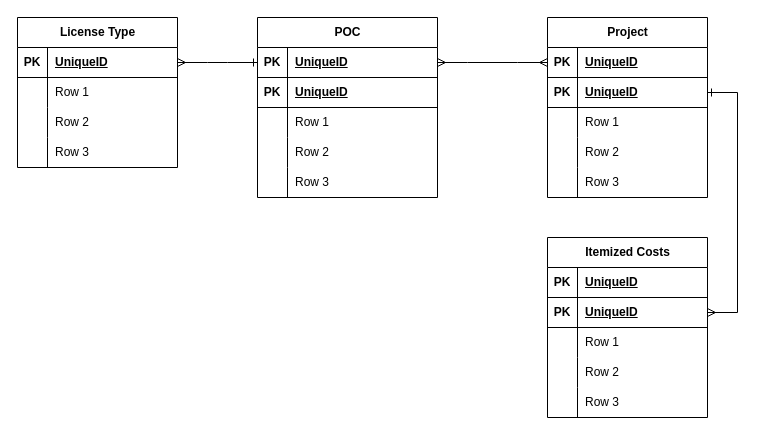
The draw.io diagram page "Page-3" (3 of 3) of erd-projint-01.drawio in josjreyes/GitInit, before the edit. Source tidied: cells renumbered, new cells numbered last; positions are measured from the earlier drawing's top-left corner, leaving out a move shared by most shapes. Both pictures are drawn from the tidied source at 100%, with x=0, y=0 at pixel (17, 17).
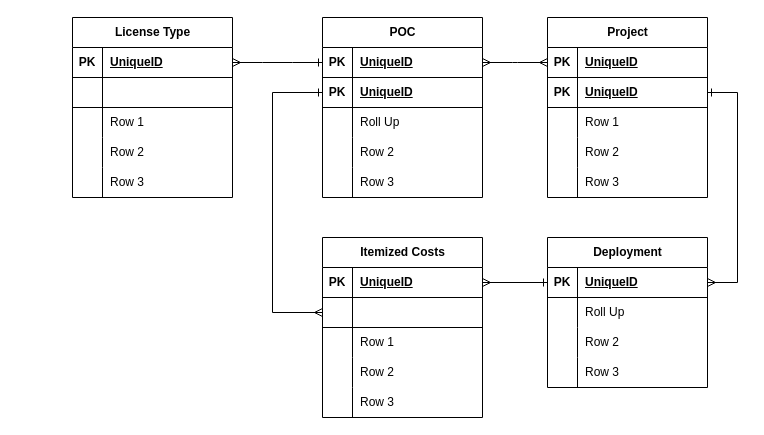
The same page after the edit.

Change to the diagram source:
```diff
@@
     <mxCell id="19" value="License Type" style="shape=table;startSize=30;childLayout=tableLayout;rowLines=0;fontStyle=1;align=center;html=1;" parent="1" vertex="1">
-      <mxGeometry width="160" height="150" as="geometry" />
+      <mxGeometry x="55" width="160" height="180" as="geometry" />
     </mxCell>
@@
+    <mxCell id="66" style="shape=tableRow;horizontal=0;startSize=0;swimlaneHead=0;swimlaneBody=0;fillColor=none;top=0;left=0;right=0;bottom=1;" parent="19" vertex="1">
+      <mxGeometry y="60" width="160" height="30" as="geometry" />
+    </mxCell>
+    <mxCell id="67" style="shape=partialRectangle;fillColor=none;top=0;left=0;bottom=0;right=0;fontStyle=1;overflow=hidden;whiteSpace=wrap;html=1;" parent="66" vertex="1">
+      <mxGeometry width="30" height="30" as="geometry" />
+    </mxCell>
+    <mxCell id="68" style="shape=partialRectangle;fillColor=none;top=0;left=0;bottom=0;right=0;align=left;spacingLeft=6;fontStyle=5;overflow=hidden;whiteSpace=wrap;html=1;" parent="66" vertex="1">
+      <mxGeometry x="30" width="130" height="30" as="geometry" />
+    </mxCell>
     <mxCell id="23" style="shape=tableRow;horizontal=0;startSize=0;swimlaneHead=0;swimlaneBody=0;fillColor=none;top=0;left=0;right=0;bottom=0;" parent="19" vertex="1">
-      <mxGeometry y="60" width="160" height="30" as="geometry" />
+      <mxGeometry y="90" width="160" height="30" as="geometry" />
     </mxCell>
@@
     <mxCell id="26" style="shape=tableRow;horizontal=0;startSize=0;swimlaneHead=0;swimlaneBody=0;fillColor=none;top=0;left=0;right=0;bottom=0;" parent="19" vertex="1">
-      <mxGeometry y="90" width="160" height="30" as="geometry" />
+      <mxGeometry y="120" width="160" height="30" as="geometry" />
     </mxCell>
@@
     <mxCell id="29" style="shape=tableRow;horizontal=0;startSize=0;swimlaneHead=0;swimlaneBody=0;fillColor=none;top=0;left=0;right=0;bottom=0;" parent="19" vertex="1">
-      <mxGeometry y="120" width="160" height="30" as="geometry" />
+      <mxGeometry y="150" width="160" height="30" as="geometry" />
     </mxCell>
@@
-    <mxCell id="33" value="Itemized Costs" style="shape=table;startSize=30;childLayout=tableLayout;rowLines=0;fontStyle=1;align=center;html=1;" parent="1" vertex="1">
-      <mxGeometry x="530" y="220" width="160" height="180" as="geometry" />
+    <mxCell id="33" value="Deployment" style="shape=table;startSize=30;childLayout=tableLayout;rowLines=0;fontStyle=1;align=center;html=1;" parent="1" vertex="1">
+      <mxGeometry x="530" y="220" width="160" height="150" as="geometry" />
     </mxCell>
-    <mxCell id="34" style="shape=tableRow;horizontal=0;startSize=0;swimlaneHead=0;swimlaneBody=0;fillColor=none;points=[[0,0.5],[1,0.5]];portConstraint=eastwest;top=0;left=0;right=0;bottom=1;" parent="33" vertex="1">
-      <mxGeometry y="30" width="160" height="30" as="geometry" />
-    </mxCell>
-    <mxCell id="35" value="PK" style="shape=partialRectangle;fillColor=none;top=0;left=0;bottom=0;right=0;fontStyle=1;overflow=hidden;whiteSpace=wrap;html=1;" parent="34" vertex="1">
-      <mxGeometry width="30" height="30" as="geometry" />
-    </mxCell>
-    <mxCell id="36" value="UniqueID" style="shape=partialRectangle;fillColor=none;top=0;left=0;bottom=0;right=0;align=left;spacingLeft=6;fontStyle=5;overflow=hidden;whiteSpace=wrap;html=1;" parent="34" vertex="1">
-      <mxGeometry x="30" width="130" height="30" as="geometry" />
-    </mxCell>
     <mxCell id="37" style="shape=tableRow;horizontal=0;startSize=0;swimlaneHead=0;swimlaneBody=0;fillColor=none;points=[[0,0.5],[1,0.5]];portConstraint=eastwest;top=0;left=0;right=0;bottom=1;" parent="33" vertex="1">
-      <mxGeometry y="60" width="160" height="30" as="geometry" />
+      <mxGeometry y="30" width="160" height="30" as="geometry" />
     </mxCell>
@@
     <mxCell id="40" style="shape=tableRow;horizontal=0;startSize=0;swimlaneHead=0;swimlaneBody=0;fillColor=none;top=0;left=0;right=0;bottom=0;" parent="33" vertex="1">
-      <mxGeometry y="90" width="160" height="30" as="geometry" />
+      <mxGeometry y="60" width="160" height="30" as="geometry" />
     </mxCell>
@@
-    <mxCell id="42" value="Row 1" style="shape=partialRectangle;fillColor=none;top=0;left=0;bottom=0;right=0;align=left;spacingLeft=6;overflow=hidden;whiteSpace=wrap;html=1;" parent="40" vertex="1">
+    <mxCell id="42" value="Roll Up" style="shape=partialRectangle;fillColor=none;top=0;left=0;bottom=0;right=0;align=left;spacingLeft=6;overflow=hidden;whiteSpace=wrap;html=1;" parent="40" vertex="1">
       <mxGeometry x="30" width="130" height="30" as="geometry" />
     </mxCell>
     <mxCell id="43" style="shape=tableRow;horizontal=0;startSize=0;swimlaneHead=0;swimlaneBody=0;fillColor=none;top=0;left=0;right=0;bottom=0;" parent="33" vertex="1">
-      <mxGeometry y="120" width="160" height="30" as="geometry" />
+      <mxGeometry y="90" width="160" height="30" as="geometry" />
     </mxCell>
@@
     <mxCell id="46" style="shape=tableRow;horizontal=0;startSize=0;swimlaneHead=0;swimlaneBody=0;fillColor=none;top=0;left=0;right=0;bottom=0;" parent="33" vertex="1">
-      <mxGeometry y="150" width="160" height="30" as="geometry" />
+      <mxGeometry y="120" width="160" height="30" as="geometry" />
     </mxCell>
@@
     <mxCell id="49" value="POC" style="shape=table;startSize=30;childLayout=tableLayout;rowLines=0;fontStyle=1;align=center;html=1;" parent="1" vertex="1">
-      <mxGeometry x="240" width="180" height="180" as="geometry" />
+      <mxGeometry x="305" width="160" height="180" as="geometry" />
     </mxCell>
     <mxCell id="50" style="shape=tableRow;horizontal=0;startSize=0;swimlaneHead=0;swimlaneBody=0;fillColor=none;points=[[0,0.5],[1,0.5]];portConstraint=eastwest;top=0;left=0;right=0;bottom=1;" parent="49" vertex="1">
-      <mxGeometry y="30" width="180" height="30" as="geometry" />
+      <mxGeometry y="30" width="160" height="30" as="geometry" />
     </mxCell>
@@
     <mxCell id="52" value="UniqueID" style="shape=partialRectangle;fillColor=none;top=0;left=0;bottom=0;right=0;align=left;spacingLeft=6;fontStyle=5;overflow=hidden;whiteSpace=wrap;html=1;" parent="50" vertex="1">
-      <mxGeometry x="30" width="150" height="30" as="geometry" />
+      <mxGeometry x="30" width="130" height="30" as="geometry" />
     </mxCell>
     <mxCell id="53" style="shape=tableRow;horizontal=0;startSize=0;swimlaneHead=0;swimlaneBody=0;fillColor=none;points=[[0,0.5],[1,0.5]];portConstraint=eastwest;top=0;left=0;right=0;bottom=1;" parent="49" vertex="1">
-      <mxGeometry y="60" width="180" height="30" as="geometry" />
+      <mxGeometry y="60" width="160" height="30" as="geometry" />
     </mxCell>
@@
     <mxCell id="55" value="UniqueID" style="shape=partialRectangle;fillColor=none;top=0;left=0;bottom=0;right=0;align=left;spacingLeft=6;fontStyle=5;overflow=hidden;whiteSpace=wrap;html=1;" parent="53" vertex="1">
-      <mxGeometry x="30" width="150" height="30" as="geometry" />
+      <mxGeometry x="30" width="130" height="30" as="geometry" />
     </mxCell>
     <mxCell id="56" style="shape=tableRow;horizontal=0;startSize=0;swimlaneHead=0;swimlaneBody=0;fillColor=none;top=0;left=0;right=0;bottom=0;" parent="49" vertex="1">
-      <mxGeometry y="90" width="180" height="30" as="geometry" />
+      <mxGeometry y="90" width="160" height="30" as="geometry" />
     </mxCell>
@@
-    <mxCell id="58" value="Row 1" style="shape=partialRectangle;fillColor=none;top=0;left=0;bottom=0;right=0;align=left;spacingLeft=6;overflow=hidden;whiteSpace=wrap;html=1;" parent="56" vertex="1">
-      <mxGeometry x="30" width="150" height="30" as="geometry" />
+    <mxCell id="58" value="Roll Up" style="shape=partialRectangle;fillColor=none;top=0;left=0;bottom=0;right=0;align=left;spacingLeft=6;overflow=hidden;whiteSpace=wrap;html=1;" parent="56" vertex="1">
+      <mxGeometry x="30" width="130" height="30" as="geometry" />
     </mxCell>
     <mxCell id="59" style="shape=tableRow;horizontal=0;startSize=0;swimlaneHead=0;swimlaneBody=0;fillColor=none;top=0;left=0;right=0;bottom=0;" parent="49" vertex="1">
-      <mxGeometry y="120" width="180" height="30" as="geometry" />
+      <mxGeometry y="120" width="160" height="30" as="geometry" />
     </mxCell>
@@
     <mxCell id="61" value="Row 2" style="shape=partialRectangle;fillColor=none;top=0;left=0;bottom=0;right=0;align=left;spacingLeft=6;overflow=hidden;whiteSpace=wrap;html=1;" parent="59" vertex="1">
-      <mxGeometry x="30" width="150" height="30" as="geometry" />
+      <mxGeometry x="30" width="130" height="30" as="geometry" />
     </mxCell>
     <mxCell id="62" style="shape=tableRow;horizontal=0;startSize=0;swimlaneHead=0;swimlaneBody=0;fillColor=none;top=0;left=0;right=0;bottom=0;" parent="49" vertex="1">
-      <mxGeometry y="150" width="180" height="30" as="geometry" />
+      <mxGeometry y="150" width="160" height="30" as="geometry" />
     </mxCell>
@@
     <mxCell id="64" value="Row 3" style="shape=partialRectangle;fillColor=none;top=0;left=0;bottom=0;right=0;align=left;spacingLeft=6;overflow=hidden;whiteSpace=wrap;html=1;" parent="62" vertex="1">
-      <mxGeometry x="30" width="150" height="30" as="geometry" />
+      <mxGeometry x="30" width="130" height="30" as="geometry" />
     </mxCell>
@@
+    <mxCell id="69" value="Itemized Costs" style="shape=table;startSize=30;childLayout=tableLayout;rowLines=0;fontStyle=1;align=center;html=1;" parent="1" vertex="1">
+      <mxGeometry x="305" y="220" width="160" height="180" as="geometry" />
+    </mxCell>
+    <mxCell id="34" style="shape=tableRow;horizontal=0;startSize=0;swimlaneHead=0;swimlaneBody=0;fillColor=none;points=[[0,0.5],[1,0.5]];portConstraint=eastwest;top=0;left=0;right=0;bottom=1;" parent="69" vertex="1">
+      <mxGeometry y="30" width="160" height="30" as="geometry" />
+    </mxCell>
+    <mxCell id="35" value="PK" style="shape=partialRectangle;fillColor=none;top=0;left=0;bottom=0;right=0;fontStyle=1;overflow=hidden;whiteSpace=wrap;html=1;" parent="34" vertex="1">
+      <mxGeometry width="30" height="30" as="geometry" />
+    </mxCell>
+    <mxCell id="36" value="UniqueID" style="shape=partialRectangle;fillColor=none;top=0;left=0;bottom=0;right=0;align=left;spacingLeft=6;fontStyle=5;overflow=hidden;whiteSpace=wrap;html=1;" parent="34" vertex="1">
+      <mxGeometry x="30" width="130" height="30" as="geometry" />
+    </mxCell>
+    <mxCell id="70" style="shape=tableRow;horizontal=0;startSize=0;swimlaneHead=0;swimlaneBody=0;fillColor=none;points=[[0,0.5],[1,0.5]];portConstraint=eastwest;top=0;left=0;right=0;bottom=1;" parent="69" vertex="1">
+      <mxGeometry y="60" width="160" height="30" as="geometry" />
+    </mxCell>
+    <mxCell id="71" style="shape=partialRectangle;fillColor=none;top=0;left=0;bottom=0;right=0;fontStyle=1;overflow=hidden;whiteSpace=wrap;html=1;" parent="70" vertex="1">
+      <mxGeometry width="30" height="30" as="geometry" />
+    </mxCell>
+    <mxCell id="72" style="shape=partialRectangle;fillColor=none;top=0;left=0;bottom=0;right=0;align=left;spacingLeft=6;fontStyle=5;overflow=hidden;whiteSpace=wrap;html=1;" parent="70" vertex="1">
+      <mxGeometry x="30" width="130" height="30" as="geometry" />
+    </mxCell>
+    <mxCell id="73" style="shape=tableRow;horizontal=0;startSize=0;swimlaneHead=0;swimlaneBody=0;fillColor=none;top=0;left=0;right=0;bottom=0;" parent="69" vertex="1">
+      <mxGeometry y="90" width="160" height="30" as="geometry" />
+    </mxCell>
+    <mxCell id="74" style="shape=partialRectangle;fillColor=none;top=0;left=0;bottom=0;right=0;overflow=hidden;whiteSpace=wrap;html=1;" parent="73" vertex="1">
+      <mxGeometry width="30" height="30" as="geometry" />
+    </mxCell>
+    <mxCell id="75" value="Row 1" style="shape=partialRectangle;fillColor=none;top=0;left=0;bottom=0;right=0;align=left;spacingLeft=6;overflow=hidden;whiteSpace=wrap;html=1;" parent="73" vertex="1">
+      <mxGeometry x="30" width="130" height="30" as="geometry" />
+    </mxCell>
+    <mxCell id="76" style="shape=tableRow;horizontal=0;startSize=0;swimlaneHead=0;swimlaneBody=0;fillColor=none;top=0;left=0;right=0;bottom=0;" parent="69" vertex="1">
+      <mxGeometry y="120" width="160" height="30" as="geometry" />
+    </mxCell>
+    <mxCell id="77" style="shape=partialRectangle;fillColor=none;top=0;left=0;bottom=0;right=0;overflow=hidden;whiteSpace=wrap;html=1;" parent="76" vertex="1">
+      <mxGeometry width="30" height="30" as="geometry" />
+    </mxCell>
+    <mxCell id="78" value="Row 2" style="shape=partialRectangle;fillColor=none;top=0;left=0;bottom=0;right=0;align=left;spacingLeft=6;overflow=hidden;whiteSpace=wrap;html=1;" parent="76" vertex="1">
+      <mxGeometry x="30" width="130" height="30" as="geometry" />
+    </mxCell>
+    <mxCell id="79" style="shape=tableRow;horizontal=0;startSize=0;swimlaneHead=0;swimlaneBody=0;fillColor=none;top=0;left=0;right=0;bottom=0;" parent="69" vertex="1">
+      <mxGeometry y="150" width="160" height="30" as="geometry" />
+    </mxCell>
+    <mxCell id="80" style="shape=partialRectangle;fillColor=none;top=0;left=0;bottom=0;right=0;overflow=hidden;whiteSpace=wrap;html=1;" parent="79" vertex="1">
+      <mxGeometry width="30" height="30" as="geometry" />
+    </mxCell>
+    <mxCell id="81" value="Row 3" style="shape=partialRectangle;fillColor=none;top=0;left=0;bottom=0;right=0;align=left;spacingLeft=6;overflow=hidden;whiteSpace=wrap;html=1;" parent="79" vertex="1">
+      <mxGeometry x="30" width="130" height="30" as="geometry" />
+    </mxCell>
+    <mxCell id="82" style="edgeStyle=orthogonalEdgeStyle;rounded=0;jettySize=auto;html=1;exitX=1;exitY=0.5;exitDx=0;exitDy=0;entryX=0;entryY=0.5;entryDx=0;entryDy=0;endArrow=ERone;endFill=0;startArrow=ERmany;startFill=0;" parent="1" edge="1" source="34" target="37">
+      <mxGeometry relative="1" as="geometry" />
+    </mxCell>
+    <mxCell id="83" style="edgeStyle=orthogonalEdgeStyle;rounded=0;jettySize=auto;html=1;exitX=0;exitY=0.5;exitDx=0;exitDy=0;entryX=0;entryY=0.5;entryDx=0;entryDy=0;endArrow=ERmany;endFill=0;startArrow=ERone;startFill=0;" parent="1" edge="1" source="53" target="70">
+      <mxGeometry relative="1" as="geometry">
+        <Array as="points">
+          <mxPoint x="255" y="75" />
+          <mxPoint x="255" y="295" />
+        </Array>
+      </mxGeometry>
+    </mxCell>
```
